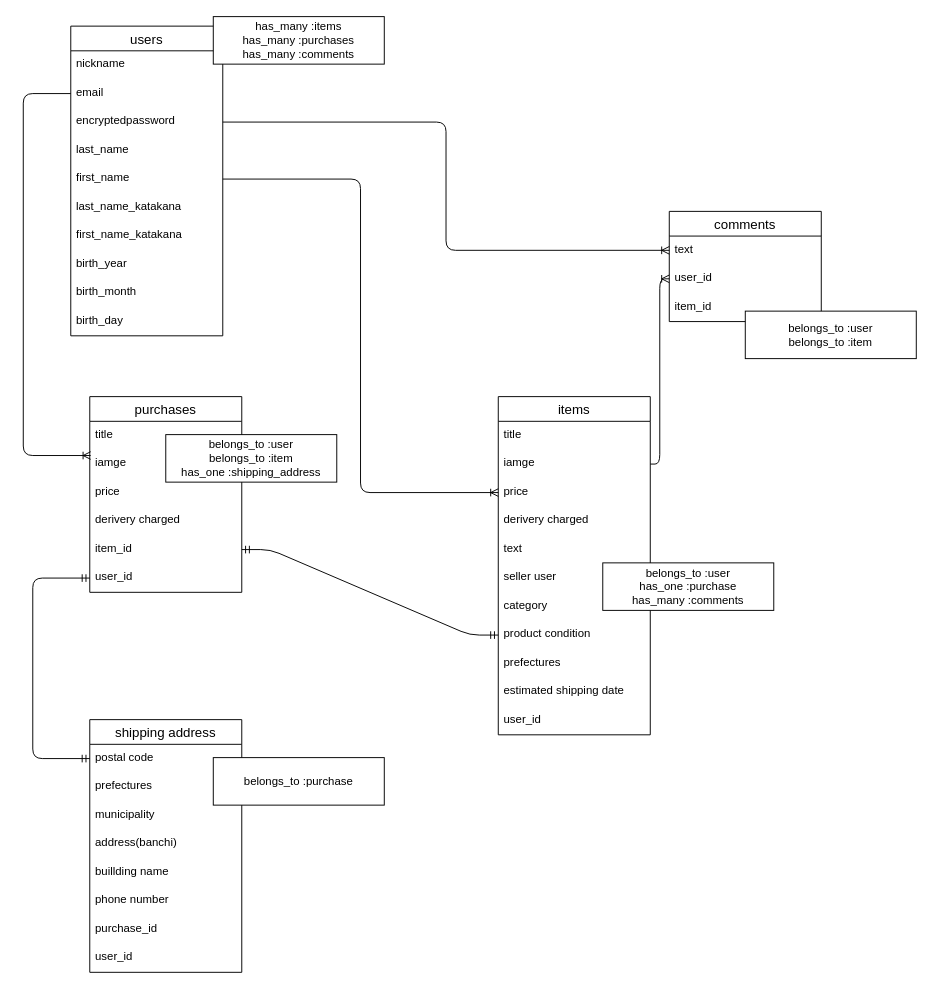
This is ER.dio from onouchi/furima-34266, a draw.io file, before an edit. Source tidied: cells renumbered, new cells numbered last; positions are measured from the earlier drawing's top-left corner, leaving out a move shared by most shapes. Both pictures are drawn from the tidied source at 95%, with x=0, y=0 at pixel (23, 16).
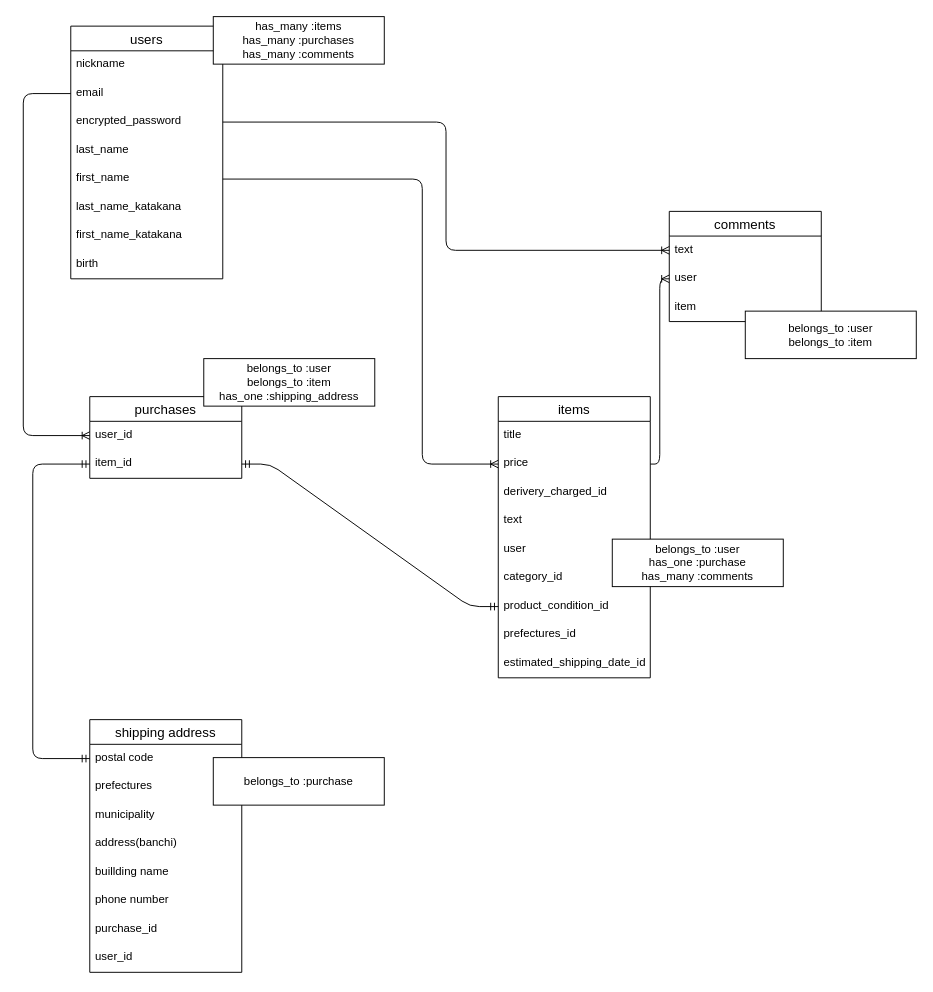
The same page after the edit.

Commit message (it also covers changes not shown here):
テーブル設計7

Unchanged cells that the change refers to:
```xml
<mxCell id="4" value="email" style="text;strokeColor=none;fillColor=none;spacingLeft=4;spacingRight=4;overflow=hidden;points=[[0,0.5],[1,0.5]];portConstraint=eastwest;fontSize=12;" parent="2" vertex="1">
  <mxGeometry y="56" width="160" height="30" as="geometry" />
</mxCell>
<mxCell id="7" value="first_name" style="text;strokeColor=none;fillColor=none;spacingLeft=4;spacingRight=4;overflow=hidden;points=[[0,0.5],[1,0.5]];portConstraint=eastwest;fontSize=12;" parent="2" vertex="1">
  <mxGeometry y="146" width="160" height="30" as="geometry" />
</mxCell>
<mxCell id="35" value="comments" style="swimlane;fontStyle=0;horizontal=1;startSize=26;align=center;fontSize=14;" parent="1" vertex="1">
  <mxGeometry x="680" y="205" width="160" height="116" as="geometry" />
</mxCell>
<mxCell id="46" value="postal code" style="text;strokeColor=none;fillColor=none;spacingLeft=4;spacingRight=4;overflow=hidden;points=[[0,0.5],[1,0.5]];portConstraint=eastwest;fontSize=12;" parent="45" vertex="1">
  <mxGeometry y="26" width="160" height="30" as="geometry" />
</mxCell>
```

Change to the diagram source:
```diff
@@
     <mxCell id="2" value="users" style="swimlane;fontStyle=0;horizontal=1;startSize=26;align=center;fontSize=14;" parent="1" vertex="1">
-      <mxGeometry x="50" y="10" width="160" height="326" as="geometry" />
+      <mxGeometry x="50" y="10" width="160" height="266" as="geometry" />
     </mxCell>
@@
-    <mxCell id="5" value="encryptedpassword" style="text;strokeColor=none;fillColor=none;spacingLeft=4;spacingRight=4;overflow=hidden;points=[[0,0.5],[1,0.5]];portConstraint=eastwest;fontSize=12;" parent="2" vertex="1">
+    <mxCell id="5" value="encrypted_password" style="text;strokeColor=none;fillColor=none;spacingLeft=4;spacingRight=4;overflow=hidden;points=[[0,0.5],[1,0.5]];portConstraint=eastwest;fontSize=12;" parent="2" vertex="1">
       <mxGeometry y="86" width="160" height="30" as="geometry" />
     </mxCell>
@@
-    <mxCell id="10" value="birth_year" style="text;strokeColor=none;fillColor=none;spacingLeft=4;spacingRight=4;overflow=hidden;fontSize=12;" parent="2" vertex="1">
-      <mxGeometry y="236" width="160" height="30" as="geometry" />
-    </mxCell>
-    <mxCell id="11" value="birth_month" style="text;strokeColor=none;fillColor=none;spacingLeft=4;spacingRight=4;overflow=hidden;fontSize=12;" parent="2" vertex="1">
-      <mxGeometry y="266" width="160" height="30" as="geometry" />
-    </mxCell>
-    <mxCell id="12" value="birth_day" style="text;strokeColor=none;fillColor=none;spacingLeft=4;spacingRight=4;overflow=hidden;fontSize=12;" parent="2" vertex="1">
-      <mxGeometry y="296" width="160" height="30" as="geometry" />
+    <mxCell id="12" value="birth" style="text;strokeColor=none;fillColor=none;spacingLeft=4;spacingRight=4;overflow=hidden;fontSize=12;" parent="2" vertex="1">
+      <mxGeometry y="236" width="160" height="30" as="geometry" />
     </mxCell>
     <mxCell id="13" value="items" style="swimlane;fontStyle=0;horizontal=1;startSize=26;align=center;fontSize=14;" parent="1" vertex="1">
-      <mxGeometry x="500" y="400" width="160" height="356" as="geometry" />
+      <mxGeometry x="500" y="400" width="160" height="296" as="geometry" />
     </mxCell>
@@
-    <mxCell id="15" value="iamge&#10;" style="text;strokeColor=none;fillColor=none;spacingLeft=4;spacingRight=4;overflow=hidden;points=[[0,0.5],[1,0.5]];portConstraint=eastwest;fontSize=12;" parent="13" vertex="1">
-      <mxGeometry y="56" width="160" height="30" as="geometry" />
-    </mxCell>
     <mxCell id="16" value="price&#10;" style="text;strokeColor=none;fillColor=none;spacingLeft=4;spacingRight=4;overflow=hidden;points=[[0,0.5],[1,0.5]];portConstraint=eastwest;fontSize=12;" parent="13" vertex="1">
-      <mxGeometry y="86" width="160" height="30" as="geometry" />
+      <mxGeometry y="56" width="160" height="30" as="geometry" />
     </mxCell>
-    <mxCell id="17" value="derivery charged" style="text;strokeColor=none;fillColor=none;spacingLeft=4;spacingRight=4;overflow=hidden;fontSize=12;" parent="13" vertex="1">
-      <mxGeometry y="116" width="160" height="30" as="geometry" />
+    <mxCell id="17" value="derivery_charged_id" style="text;strokeColor=none;fillColor=none;spacingLeft=4;spacingRight=4;overflow=hidden;fontSize=12;" parent="13" vertex="1">
+      <mxGeometry y="86" width="160" height="30" as="geometry" />
     </mxCell>
     <mxCell id="18" value="text&#10;" style="text;strokeColor=none;fillColor=none;spacingLeft=4;spacingRight=4;overflow=hidden;fontSize=12;" parent="13" vertex="1">
-      <mxGeometry y="146" width="160" height="30" as="geometry" />
+      <mxGeometry y="116" width="160" height="30" as="geometry" />
     </mxCell>
-    <mxCell id="19" value="seller user" style="text;strokeColor=none;fillColor=none;spacingLeft=4;spacingRight=4;overflow=hidden;fontSize=12;" parent="13" vertex="1">
-      <mxGeometry y="176" width="160" height="30" as="geometry" />
-    </mxCell>
+    <mxCell id="24" value="user" style="text;strokeColor=none;fillColor=none;spacingLeft=4;spacingRight=4;overflow=hidden;fontSize=12;" parent="13" vertex="1">
+      <mxGeometry y="146" width="160" height="30" as="geometry" />
+    </mxCell>
-    <mxCell id="20" value="category" style="text;strokeColor=none;fillColor=none;spacingLeft=4;spacingRight=4;overflow=hidden;fontSize=12;" parent="13" vertex="1">
-      <mxGeometry y="206" width="160" height="30" as="geometry" />
+    <mxCell id="20" value="category_id" style="text;strokeColor=none;fillColor=none;spacingLeft=4;spacingRight=4;overflow=hidden;fontSize=12;" parent="13" vertex="1">
+      <mxGeometry y="176" width="160" height="30" as="geometry" />
     </mxCell>
-    <mxCell id="21" value="product condition" style="text;strokeColor=none;fillColor=none;spacingLeft=4;spacingRight=4;overflow=hidden;points=[[0,0.5],[1,0.5]];portConstraint=eastwest;fontSize=12;" parent="13" vertex="1">
-      <mxGeometry y="236" width="160" height="30" as="geometry" />
+    <mxCell id="21" value="product_condition_id" style="text;strokeColor=none;fillColor=none;spacingLeft=4;spacingRight=4;overflow=hidden;points=[[0,0.5],[1,0.5]];portConstraint=eastwest;fontSize=12;" parent="13" vertex="1">
+      <mxGeometry y="206" width="160" height="30" as="geometry" />
     </mxCell>
-    <mxCell id="22" value="prefectures" style="text;strokeColor=none;fillColor=none;spacingLeft=4;spacingRight=4;overflow=hidden;fontSize=12;" parent="13" vertex="1">
-      <mxGeometry y="266" width="160" height="30" as="geometry" />
+    <mxCell id="22" value="prefectures_id&#10;" style="text;strokeColor=none;fillColor=none;spacingLeft=4;spacingRight=4;overflow=hidden;fontSize=12;" parent="13" vertex="1">
+      <mxGeometry y="236" width="160" height="30" as="geometry" />
     </mxCell>
-    <mxCell id="23" value="estimated shipping date" style="text;strokeColor=none;fillColor=none;spacingLeft=4;spacingRight=4;overflow=hidden;fontSize=12;" parent="13" vertex="1">
-      <mxGeometry y="296" width="160" height="30" as="geometry" />
+    <mxCell id="23" value="estimated_shipping_date_id" style="text;strokeColor=none;fillColor=none;spacingLeft=4;spacingRight=4;overflow=hidden;fontSize=12;" parent="13" vertex="1">
+      <mxGeometry y="266" width="160" height="30" as="geometry" />
     </mxCell>
-    <mxCell id="24" value="user_id" style="text;strokeColor=none;fillColor=none;spacingLeft=4;spacingRight=4;overflow=hidden;fontSize=12;" parent="13" vertex="1">
-      <mxGeometry y="326" width="160" height="30" as="geometry" />
-    </mxCell>
     <mxCell id="25" value="purchases" style="swimlane;fontStyle=0;horizontal=1;startSize=26;align=center;fontSize=14;" parent="1" vertex="1">
-      <mxGeometry x="70" y="400" width="160" height="206" as="geometry" />
+      <mxGeometry x="70" y="400" width="160" height="86" as="geometry" />
     </mxCell>
-    <mxCell id="26" value="title" style="text;strokeColor=none;fillColor=none;spacingLeft=4;spacingRight=4;overflow=hidden;fontSize=12;" parent="25" vertex="1">
-      <mxGeometry y="26" width="160" height="30" as="geometry" />
-    </mxCell>
-    <mxCell id="27" value="iamge&#10;" style="text;strokeColor=none;fillColor=none;spacingLeft=4;spacingRight=4;overflow=hidden;points=[[0,0.5],[1,0.5]];portConstraint=eastwest;fontSize=12;" parent="25" vertex="1">
-      <mxGeometry y="56" width="160" height="30" as="geometry" />
-    </mxCell>
-    <mxCell id="28" value="price&#10;" style="text;strokeColor=none;fillColor=none;spacingLeft=4;spacingRight=4;overflow=hidden;fontSize=12;" parent="25" vertex="1">
-      <mxGeometry y="86" width="160" height="30" as="geometry" />
-    </mxCell>
-    <mxCell id="29" value="derivery charged" style="text;strokeColor=none;fillColor=none;spacingLeft=4;spacingRight=4;overflow=hidden;fontSize=12;" parent="25" vertex="1">
-      <mxGeometry y="116" width="160" height="30" as="geometry" />
-    </mxCell>
+    <mxCell id="31" value="user_id" style="text;strokeColor=none;fillColor=none;spacingLeft=4;spacingRight=4;overflow=hidden;points=[[0,0.5],[1,0.5]];portConstraint=eastwest;fontSize=12;" parent="25" vertex="1">
+      <mxGeometry y="26" width="160" height="30" as="geometry" />
+    </mxCell>
     <mxCell id="30" value="item_id" style="text;strokeColor=none;fillColor=none;spacingLeft=4;spacingRight=4;overflow=hidden;points=[[0,0.5],[1,0.5]];portConstraint=eastwest;fontSize=12;" parent="25" vertex="1">
-      <mxGeometry y="146" width="160" height="30" as="geometry" />
+      <mxGeometry y="56" width="160" height="30" as="geometry" />
     </mxCell>
-    <mxCell id="31" value="user_id" style="text;strokeColor=none;fillColor=none;spacingLeft=4;spacingRight=4;overflow=hidden;points=[[0,0.5],[1,0.5]];portConstraint=eastwest;fontSize=12;" parent="25" vertex="1">
-      <mxGeometry y="176" width="160" height="30" as="geometry" />
-    </mxCell>
     <mxCell id="32" style="fontSize=12;html=1;endArrow=ERoneToMany;exitX=1;exitY=0.5;exitDx=0;exitDy=0;entryX=0;entryY=0.5;entryDx=0;entryDy=0;edgeStyle=orthogonalEdgeStyle;" parent="1" edge="1" source="7" target="16">
-      <mxGeometry relative="1" as="geometry" />
+      <mxGeometry relative="1" as="geometry">
+        <Array as="points">
+          <mxPoint x="420" y="171" />
+          <mxPoint x="420" y="471" />
+        </Array>
+      </mxGeometry>
     </mxCell>
-    <mxCell id="33" style="edgeStyle=entityRelationEdgeStyle;fontSize=12;html=1;endArrow=ERmandOne;startArrow=ERmandOne;entryX=0;entryY=0.5;entryDx=0;entryDy=0;exitX=1;exitY=0.5;exitDx=0;exitDy=0;" parent="1" edge="1" target="21">
-      <mxGeometry relative="1" as="geometry">
-        <mxPoint x="230" y="561" as="sourcePoint" />
-      </mxGeometry>
+    <mxCell id="33" style="edgeStyle=entityRelationEdgeStyle;fontSize=12;html=1;endArrow=ERmandOne;startArrow=ERmandOne;entryX=0;entryY=0.5;entryDx=0;entryDy=0;exitX=1;exitY=0.5;exitDx=0;exitDy=0;" parent="1" edge="1" source="30" target="21">
+      <mxGeometry relative="1" as="geometry" />
     </mxCell>
-    <mxCell id="34" style="edgeStyle=elbowEdgeStyle;fontSize=12;html=1;endArrow=ERoneToMany;entryX=0.006;entryY=0.2;entryDx=0;entryDy=0;entryPerimeter=0;exitX=0;exitY=0.5;exitDx=0;exitDy=0;" parent="1" edge="1" source="4" target="27">
+    <mxCell id="34" style="edgeStyle=elbowEdgeStyle;fontSize=12;html=1;endArrow=ERoneToMany;entryX=0;entryY=0.5;entryDx=0;entryDy=0;exitX=0;exitY=0.5;exitDx=0;exitDy=0;" parent="1" edge="1" source="4" target="31">
       <mxGeometry relative="1" as="geometry">
         <Array as="points">
           <mxPoint y="270" />
         </Array>
       </mxGeometry>
     </mxCell>
@@
-    <mxCell id="37" value="user_id" style="text;strokeColor=none;fillColor=none;spacingLeft=4;spacingRight=4;overflow=hidden;points=[[0,0.5],[1,0.5]];portConstraint=eastwest;fontSize=12;" parent="35" vertex="1">
+    <mxCell id="37" value="user" style="text;strokeColor=none;fillColor=none;spacingLeft=4;spacingRight=4;overflow=hidden;points=[[0,0.5],[1,0.5]];portConstraint=eastwest;fontSize=12;" parent="35" vertex="1">
       <mxGeometry y="56" width="160" height="30" as="geometry" />
     </mxCell>
-    <mxCell id="38" value="item_id" style="text;strokeColor=none;fillColor=none;spacingLeft=4;spacingRight=4;overflow=hidden;fontSize=12;" parent="35" vertex="1">
+    <mxCell id="38" value="item" style="text;strokeColor=none;fillColor=none;spacingLeft=4;spacingRight=4;overflow=hidden;fontSize=12;" parent="35" vertex="1">
       <mxGeometry y="86" width="160" height="30" as="geometry" />
     </mxCell>
-    <mxCell id="39" style="fontSize=12;html=1;endArrow=ERoneToMany;exitX=1;exitY=0.5;exitDx=0;exitDy=0;entryX=0;entryY=0.5;entryDx=0;entryDy=0;edgeStyle=orthogonalEdgeStyle;" parent="1" edge="1" source="15" target="37">
+    <mxCell id="39" style="fontSize=12;html=1;endArrow=ERoneToMany;exitX=1;exitY=0.5;exitDx=0;exitDy=0;entryX=0;entryY=0.5;entryDx=0;entryDy=0;edgeStyle=orthogonalEdgeStyle;" parent="1" edge="1" target="37">
       <mxGeometry relative="1" as="geometry">
+        <mxPoint x="660" y="471" as="sourcePoint" />
         <Array as="points">
           <mxPoint x="670" y="471" />
           <mxPoint x="670" y="276" />
         </Array>
       </mxGeometry>
     </mxCell>
@@
     <mxCell id="43" value="belongs_to :user&lt;br&gt;has_one :purchase&lt;br&gt;has_many :comments" style="whiteSpace=wrap;html=1;align=center;" parent="1" vertex="1">
-      <mxGeometry x="610" y="575" width="180" height="50" as="geometry" />
+      <mxGeometry x="620" y="550" width="180" height="50" as="geometry" />
     </mxCell>
     <mxCell id="44" value="belongs_to :user&lt;br&gt;belongs_to :item&lt;br&gt;has_one :shipping_address&lt;span style=&quot;color: rgba(0 , 0 , 0 , 0) ; font-family: monospace ; font-size: 0px&quot;&gt;ha%3CmxGraphModel%3E%3Croot%3E%3CmxCell%20id%3D%220%22%2F%3E%3CmxCell%20id%3D%221%22%20parent%3D%220%22%2F%3E%3CmxCell%20id%3D%222%22%20value%3D%22belongs%20to%20%3Auser%26lt%3Bbr%26gt%3Bbelongs%20to%20%3Apurchase%26lt%3Bbr%26gt%3Bhas_many%20%3Acomments%22%20style%3D%22whiteSpace%3Dwrap%3Bhtml%3D1%3Balign%3Dcenter%3B%22%20vertex%3D%221%22%20parent%3D%221%22%3E%3CmxGeometry%20x%3D%22531%22%20y%3D%22536%22%20width%3D%22180%22%20height%3D%2250%22%20as%3D%22geometry%22%2F%3E%3C%2FmxCell%3E%3C%2Froot%3E%3C%2FmxGraphModel%3&lt;br&gt;&lt;/span&gt;" style="whiteSpace=wrap;html=1;align=center;" parent="1" vertex="1">
-      <mxGeometry x="150" y="440" width="180" height="50" as="geometry" />
+      <mxGeometry x="190" y="360" width="180" height="50" as="geometry" />
     </mxCell>
@@
-    <mxCell id="54" style="edgeStyle=elbowEdgeStyle;fontSize=12;html=1;endArrow=ERmandOne;startArrow=ERmandOne;entryX=0;entryY=0.5;entryDx=0;entryDy=0;exitX=0;exitY=0.5;exitDx=0;exitDy=0;" parent="1" edge="1" source="31" target="46">
+    <mxCell id="54" style="edgeStyle=elbowEdgeStyle;fontSize=12;html=1;endArrow=ERmandOne;startArrow=ERmandOne;entryX=0;entryY=0.5;entryDx=0;entryDy=0;exitX=0;exitY=0.5;exitDx=0;exitDy=0;" parent="1" edge="1" source="30" target="46">
       <mxGeometry relative="1" as="geometry">
         <Array as="points">
+          <mxPoint x="10" y="520" />
           <mxPoint x="10" y="690" />
         </Array>
       </mxGeometry>
     </mxCell>
```
